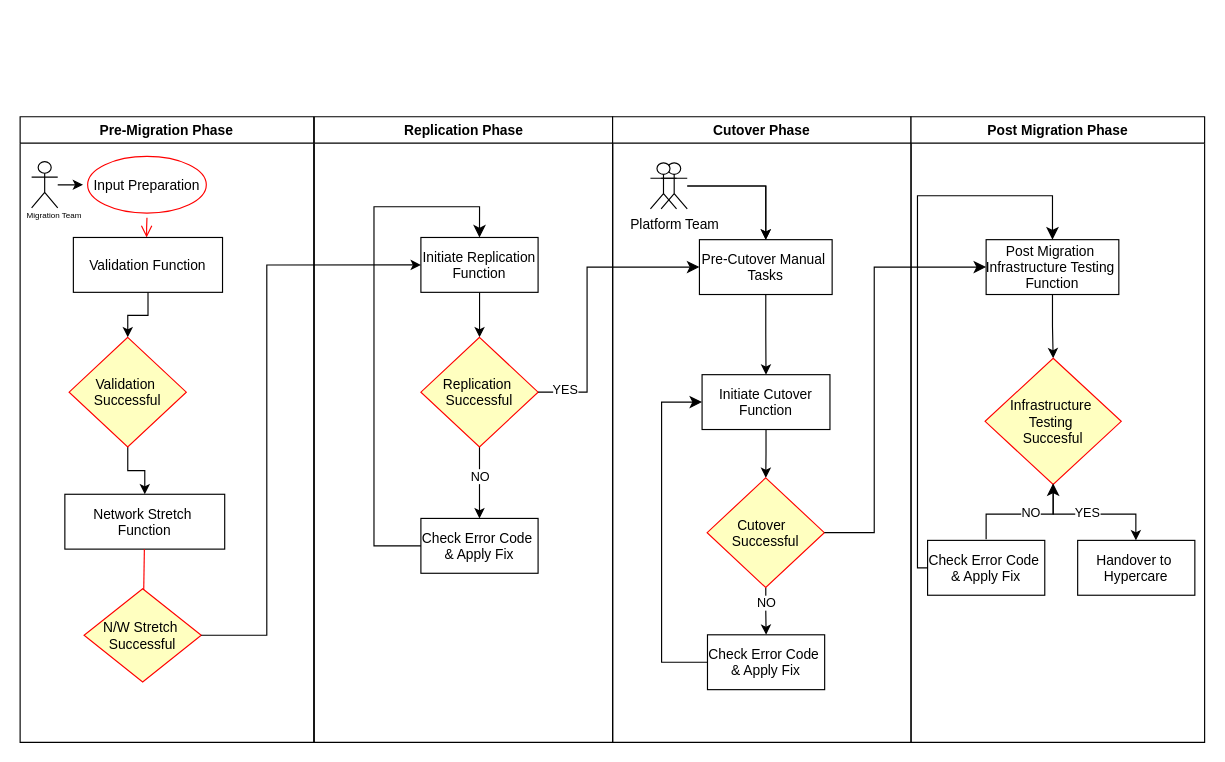
Before: page "Page-1" (1 of 3) of Untitled Diagram.drawio in ShoMat9/DrawIO, a draw.io diagram. Source tidied: cells renumbered, new cells numbered last; positions are measured from the earlier drawing's top-left corner, leaving out a move shared by most shapes. Both pictures are drawn from the tidied source at 115%, with x=0, y=0 at pixel (20, 20).
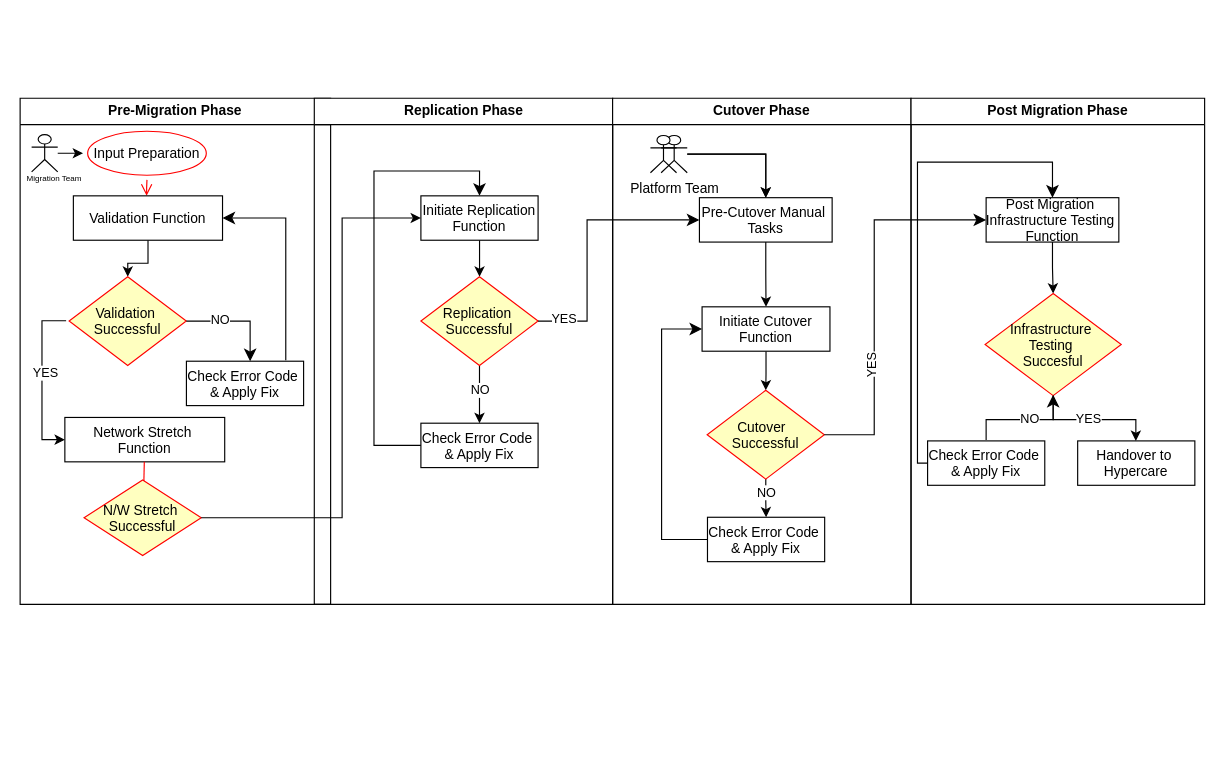
The same page after the edit.

What changed in the source:
```diff
@@
-    <mxCell id="2" style="group;" parent="1" vertex="1">
-      <mxGeometry width="1030" height="628" as="geometry" />
+    <mxCell id="2" style="group;imageAspect=1;imageHeight=0;imageAlign=left;imageVerticalAlign=top;strokeWidth=0;fixDash=0;" parent="1" vertex="1">
+      <mxGeometry width="1030" height="508" as="geometry" />
     </mxCell>
     <mxCell id="3" value="Pre-Migration Phase" style="swimlane;whiteSpace=wrap;fillColor=#FFFFFF;" parent="2" vertex="1">
-      <mxGeometry y="84" width="255.3" height="544" as="geometry" />
+      <mxGeometry y="67.9" width="270" height="440.1" as="geometry" />
     </mxCell>
     <mxCell id="4" value="Input Preparation" style="ellipse;shape=startState;fillColor=#FFFFFF;strokeColor=#ff0000;" parent="3" vertex="1">
-      <mxGeometry x="54.7" y="30.5" width="111.2" height="57.3" as="geometry" />
+      <mxGeometry x="54.7" y="24.7" width="111.2" height="46.3" as="geometry" />
     </mxCell>
     <mxCell id="5" style="edgeStyle=elbowEdgeStyle;elbow=horizontal;verticalAlign=bottom;endArrow=open;endSize=8;strokeColor=#FF0000;endFill=1;rounded=0;" parent="3" edge="1" source="4" target="7">
-      <mxGeometry x="92.7" y="38.2" as="geometry" />
+      <mxGeometry x="92.7" y="30.9" as="geometry" />
     </mxCell>
@@
     <mxCell id="7" value="Validation Function" parent="3" vertex="1">
-      <mxGeometry x="46.3" y="105" width="129.7" height="47.7" as="geometry" />
+      <mxGeometry x="46.3" y="84.9" width="129.7" height="38.6" as="geometry" />
     </mxCell>
     <mxCell id="8" value="Network Stretch &#10;Function" parent="3" vertex="1">
-      <mxGeometry x="38.9" y="328.3" width="139" height="47.7" as="geometry" />
+      <mxGeometry x="38.9" y="277.6" width="139" height="38.6" as="geometry" />
     </mxCell>
     <mxCell id="9" style="endArrow=open;strokeColor=#FF0000;endFill=1;rounded=0;" parent="3" edge="1" source="8">
       <mxGeometry relative="1" as="geometry">
-        <mxPoint x="106.6" y="469.6" as="targetPoint" />
+        <mxPoint x="106.6" y="379.8" as="targetPoint" />
       </mxGeometry>
     </mxCell>
-    <mxCell id="10" style="edgeStyle=orthogonalEdgeStyle;rounded=0;jettySize=auto;html=1;" parent="3" edge="1" source="11" target="8">
-      <mxGeometry relative="1" as="geometry" />
+    <mxCell id="10" style="edgeStyle=orthogonalEdgeStyle;rounded=0;jettySize=auto;html=1;entryX=0;entryY=0.5;entryDx=0;entryDy=0;" parent="3" edge="1" target="8">
+      <mxGeometry relative="1" as="geometry">
+        <mxPoint x="40" y="193.5" as="sourcePoint" />
+        <Array as="points">
+          <mxPoint x="19" y="193.7" />
+          <mxPoint x="19" y="296.6" />
+        </Array>
+      </mxGeometry>
     </mxCell>
+    <mxCell id="53" value="YES" style="edgeLabel;html=1;align=center;verticalAlign=middle;" parent="10" vertex="1">
+      <mxGeometry x="-0.08" y="2" relative="1" as="geometry" />
+    </mxCell>
     <mxCell id="11" value="Validation &#10;Successful" style="rhombus;fillColor=#ffffc0;strokeColor=#ff0000;" parent="3" vertex="1">
-      <mxGeometry x="42.6" y="191.8" width="101.9" height="95.4" as="geometry" />
+      <mxGeometry x="42.6" y="155.2" width="101.9" height="77.2" as="geometry" />
     </mxCell>
     <mxCell id="12" value="N/W Stretch &#10;Successful" style="rhombus;fillColor=#ffffc0;strokeColor=#ff0000;" parent="3" vertex="1">
-      <mxGeometry x="55.6" y="410.4" width="101.9" height="81.1" as="geometry" />
+      <mxGeometry x="55.6" y="332" width="101.9" height="65.6" as="geometry" />
     </mxCell>
@@
     <mxCell id="14" style="shape=umlActor;verticalLabelPosition=bottom;verticalAlign=top;html=1;outlineConnect=0;" parent="3" vertex="1">
-      <mxGeometry x="10" y="39.1" width="22.7" height="40.1" as="geometry" />
+      <mxGeometry x="10" y="31.7" width="22.7" height="32.4" as="geometry" />
     </mxCell>
     <mxCell id="15" value="&lt;font style=&quot;font-size: 7px;&quot;&gt;Migration Team&lt;/font&gt;" style="text;html=1;align=center;verticalAlign=middle;whiteSpace=wrap;rounded=0;" parent="3" vertex="1">
-      <mxGeometry y="79.2" width="60" height="10.8" as="geometry" />
+      <mxGeometry y="64.1" width="60" height="8.7" as="geometry" />
     </mxCell>
+    <mxCell id="54" value="Check Error Code &#10;&amp; Apply Fix" parent="3" vertex="1">
+      <mxGeometry x="144.6" y="228.7" width="101.9" height="38.6" as="geometry" />
+    </mxCell>
+    <mxCell id="55" style="edgeStyle=elbowEdgeStyle;elbow=horizontal;endArrow=classic;html=1;curved=0;rounded=0;endSize=8;startSize=8;exitX=1;exitY=0.5;exitDx=0;exitDy=0;" parent="3" edge="1" source="11">
+      <mxGeometry relative="1" as="geometry">
+        <mxPoint x="200" y="228.7" as="targetPoint" />
+        <Array as="points">
+          <mxPoint x="200" y="210.4" />
+        </Array>
+      </mxGeometry>
+    </mxCell>
+    <mxCell id="56" value="NO" style="edgeLabel;html=1;align=center;verticalAlign=middle;" parent="55" vertex="1">
+      <mxGeometry x="-0.35" y="1" relative="1" as="geometry" />
+    </mxCell>
+    <mxCell id="57" style="edgeStyle=elbowEdgeStyle;elbow=horizontal;endArrow=classic;html=1;curved=0;rounded=0;endSize=8;startSize=8;entryX=1;entryY=0.5;entryDx=0;entryDy=0;exitX=0.848;exitY=-0.024;exitDx=0;exitDy=0;exitPerimeter=0;" parent="3" edge="1" source="54" target="7">
+      <mxGeometry relative="1" as="geometry">
+        <Array as="points">
+          <mxPoint x="231" y="173.4" />
+        </Array>
+      </mxGeometry>
+    </mxCell>
     <mxCell id="16" value="Replication Phase" style="swimlane;whiteSpace=wrap;" parent="2" vertex="1">
-      <mxGeometry x="255.8" y="84" width="259.5" height="544" as="geometry" />
+      <mxGeometry x="255.8" y="67.9" width="259.5" height="440.1" as="geometry" />
     </mxCell>
@@
     <mxCell id="18" value="Initiate Replication&#10;Function" parent="16" vertex="1">
-      <mxGeometry x="92.7" y="105" width="101.9" height="47.7" as="geometry" />
+      <mxGeometry x="92.7" y="84.9" width="101.9" height="38.6" as="geometry" />
     </mxCell>
@@
     <mxCell id="21" value="Replication &#10;Successful" style="rhombus;fillColor=#ffffc0;strokeColor=#ff0000;" parent="16" vertex="1">
-      <mxGeometry x="92.7" y="191.8" width="101.9" height="95.4" as="geometry" />
+      <mxGeometry x="92.7" y="155.2" width="101.9" height="77.2" as="geometry" />
     </mxCell>
     <mxCell id="22" value="Check Error Code &#10;&amp; Apply Fix" parent="16" vertex="1">
-      <mxGeometry x="92.7" y="349.3" width="101.9" height="47.7" as="geometry" />
+      <mxGeometry x="92.7" y="282.6" width="101.9" height="38.6" as="geometry" />
     </mxCell>
     <mxCell id="23" style="edgeStyle=segmentEdgeStyle;endArrow=classic;html=1;curved=0;rounded=0;endSize=8;startSize=8;entryX=0.5;entryY=0;entryDx=0;entryDy=0;exitX=0;exitY=0.5;exitDx=0;exitDy=0;" parent="16" edge="1" source="22" target="18">
       <mxGeometry relative="1" as="geometry">
         <Array as="points">
-          <mxPoint x="92.7" y="374.1" />
-          <mxPoint x="51.9" y="374.1" />
-          <mxPoint x="51.9" y="78.3" />
-          <mxPoint x="143.6" y="78.3" />
+          <mxPoint x="92.7" y="302.6" />
+          <mxPoint x="51.9" y="302.6" />
+          <mxPoint x="51.9" y="63.3" />
+          <mxPoint x="143.6" y="63.3" />
         </Array>
       </mxGeometry>
     </mxCell>
     <mxCell id="24" value="Cutover Phase" style="swimlane;whiteSpace=wrap;" parent="2" vertex="1">
-      <mxGeometry x="515.2" y="84" width="259.5" height="544" as="geometry" />
+      <mxGeometry x="515.2" y="67.9" width="259.5" height="440.1" as="geometry" />
     </mxCell>
@@
     <mxCell id="26" value="Pre-Cutover Manual &#10;Tasks" parent="24" vertex="1">
-      <mxGeometry x="75.5" y="106.9" width="115.4" height="47.7" as="geometry" />
+      <mxGeometry x="75.5" y="86.5" width="115.4" height="38.6" as="geometry" />
     </mxCell>
@@
     <mxCell id="28" value="Initiate Cutover&#10;Function" parent="24" vertex="1">
-      <mxGeometry x="77.8" y="224.3" width="111.2" height="47.7" as="geometry" />
+      <mxGeometry x="77.8" y="181.4" width="111.2" height="38.6" as="geometry" />
     </mxCell>
@@
     <mxCell id="31" value="Cutover  &#10;Successful" style="rhombus;fillColor=#ffffc0;strokeColor=#ff0000;" parent="24" vertex="1">
-      <mxGeometry x="82.2" y="314" width="101.9" height="95.4" as="geometry" />
+      <mxGeometry x="82.2" y="254" width="101.9" height="77.2" as="geometry" />
     </mxCell>
     <mxCell id="32" value="Check Error Code &#10;&amp; Apply Fix" parent="24" vertex="1">
-      <mxGeometry x="82.5" y="450.5" width="101.9" height="47.7" as="geometry" />
+      <mxGeometry x="82.5" y="364.4" width="101.9" height="38.6" as="geometry" />
     </mxCell>
     <mxCell id="33" style="edgeStyle=segmentEdgeStyle;endArrow=classic;html=1;curved=0;rounded=0;endSize=8;startSize=8;exitX=0;exitY=0.5;exitDx=0;exitDy=0;entryX=0;entryY=0.5;entryDx=0;entryDy=0;" parent="24" edge="1" source="32" target="28">
       <mxGeometry relative="1" as="geometry">
         <Array as="points">
-          <mxPoint x="42.6" y="474.3" />
-          <mxPoint x="42.6" y="248.1" />
+          <mxPoint x="42.6" y="383.7" />
+          <mxPoint x="42.6" y="200.7" />
         </Array>
       </mxGeometry>
     </mxCell>
@@
     <mxCell id="36" value="Platform Team" style="shape=umlActor;verticalLabelPosition=bottom;verticalAlign=top;html=1;outlineConnect=0;" parent="24" vertex="1">
-      <mxGeometry x="42.2" y="40.1" width="22.7" height="40.1" as="geometry" />
+      <mxGeometry x="42.2" y="32.4" width="22.7" height="32.4" as="geometry" />
     </mxCell>
     <mxCell id="37" style="shape=umlActor;verticalLabelPosition=bottom;verticalAlign=top;html=1;" parent="24" vertex="1">
-      <mxGeometry x="32.9" y="40.1" width="22.7" height="40.1" as="geometry" />
+      <mxGeometry x="32.9" y="32.4" width="22.7" height="32.4" as="geometry" />
     </mxCell>
     <mxCell id="38" value="Post Migration Phase" style="swimlane;whiteSpace=wrap;" parent="2" vertex="1">
-      <mxGeometry x="774.7" y="84" width="255.3" height="544" as="geometry" />
+      <mxGeometry x="774.7" y="67.9" width="255.3" height="440.1" as="geometry" />
     </mxCell>
@@
     <mxCell id="40" value="Post Migration &#10;Infrastructure Testing &#10;Function" parent="38" vertex="1">
-      <mxGeometry x="65.3" y="106.9" width="115.4" height="47.7" as="geometry" />
+      <mxGeometry x="65.3" y="86.5" width="115.4" height="38.6" as="geometry" />
     </mxCell>
     <mxCell id="41" style="edgeStyle=orthogonalEdgeStyle;rounded=0;jettySize=auto;html=1;" parent="38" edge="1" source="43" target="44">
       <mxGeometry relative="1" as="geometry">
         <Array as="points">
-          <mxPoint x="123.2" y="345.5" />
-          <mxPoint x="195.5" y="345.5" />
+          <mxPoint x="123.2" y="279.5" />
+          <mxPoint x="195.5" y="279.5" />
         </Array>
       </mxGeometry>
     </mxCell>
@@
     <mxCell id="43" value="Infrastructure &#10;Testing &#10;Succesful" style="rhombus;fillColor=#ffffc0;strokeColor=#ff0000;" parent="38" vertex="1">
-      <mxGeometry x="64.4" y="210" width="118.4" height="109.8" as="geometry" />
+      <mxGeometry x="64.4" y="169.8" width="118.4" height="88.8" as="geometry" />
     </mxCell>
     <mxCell id="44" value="Handover to &#10;Hypercare" parent="38" vertex="1">
-      <mxGeometry x="144.9" y="368.4" width="101.9" height="47.7" as="geometry" />
+      <mxGeometry x="144.9" y="298" width="101.9" height="38.6" as="geometry" />
     </mxCell>
     <mxCell id="45" value="Check Error Code &#10;&amp; Apply Fix" parent="38" vertex="1">
-      <mxGeometry x="14.4" y="368.4" width="101.9" height="47.7" as="geometry" />
+      <mxGeometry x="14.4" y="298" width="101.9" height="38.6" as="geometry" />
     </mxCell>
     <mxCell id="46" style="edgeStyle=segmentEdgeStyle;endArrow=classic;html=1;curved=0;rounded=0;endSize=8;startSize=8;exitX=0.5;exitY=1;exitDx=0;exitDy=0;entryX=0.5;entryY=0;entryDx=0;entryDy=0;" parent="38" edge="1">
       <mxGeometry relative="1" as="geometry">
-        <mxPoint x="65.3" y="367.4" as="sourcePoint" />
-        <mxPoint x="123.6" y="318.8" as="targetPoint" />
+        <mxPoint x="65.3" y="297.2" as="sourcePoint" />
+        <mxPoint x="123.6" y="257.9" as="targetPoint" />
         <Array as="points">
-          <mxPoint x="65.8" y="345.5" />
-          <mxPoint x="123.2" y="345.5" />
+          <mxPoint x="65.8" y="279.5" />
+          <mxPoint x="123.2" y="279.5" />
         </Array>
       </mxGeometry>
     </mxCell>
@@
     <mxCell id="48" style="edgeStyle=segmentEdgeStyle;endArrow=classic;html=1;curved=0;rounded=0;endSize=8;startSize=8;entryX=0.5;entryY=0;entryDx=0;entryDy=0;exitX=0;exitY=0.5;exitDx=0;exitDy=0;" parent="38" edge="1" source="45" target="40">
       <mxGeometry relative="1" as="geometry">
         <Array as="points">
-          <mxPoint x="5.6" y="392.3" />
-          <mxPoint x="5.6" y="68.7" />
-          <mxPoint x="123.2" y="68.7" />
+          <mxPoint x="5.6" y="317.3" />
+          <mxPoint x="5.6" y="55.6" />
+          <mxPoint x="123.2" y="55.6" />
         </Array>
       </mxGeometry>
     </mxCell>
     <mxCell id="49" style="edgeStyle=orthogonalEdgeStyle;rounded=0;jettySize=auto;html=1;entryX=0;entryY=0.5;entryDx=0;entryDy=0;" parent="2" edge="1" source="12" target="18">
       <mxGeometry relative="1" as="geometry">
         <Array as="points">
-          <mxPoint x="214.5" y="535.4" />
-          <mxPoint x="214.5" y="212.8" />
+          <mxPoint x="280" y="432.9" />
+          <mxPoint x="280" y="172.4" />
         </Array>
       </mxGeometry>
     </mxCell>
     <mxCell id="50" style="edgeStyle=segmentEdgeStyle;endArrow=classic;html=1;curved=0;rounded=0;endSize=8;startSize=8;entryX=0;entryY=0.5;entryDx=0;entryDy=0;exitX=1;exitY=0.5;exitDx=0;exitDy=0;" parent="2" edge="1" source="31" target="40">
       <mxGeometry relative="1" as="geometry">
         <Array as="points">
-          <mxPoint x="742.7" y="445.7" />
-          <mxPoint x="742.7" y="214.7" />
+          <mxPoint x="742.7" y="360.5" />
+          <mxPoint x="742.7" y="173.7" />
         </Array>
       </mxGeometry>
     </mxCell>
+    <mxCell id="58" value="YES" style="edgeLabel;html=1;align=center;verticalAlign=middle;rotation=-90;" parent="50" vertex="1">
+      <mxGeometry x="-0.37" y="2" relative="1" as="geometry" />
+    </mxCell>
     <mxCell id="51" style="edgeStyle=elbowEdgeStyle;elbow=horizontal;endArrow=classic;html=1;curved=0;rounded=0;endSize=8;startSize=8;entryX=0;entryY=0.5;entryDx=0;entryDy=0;exitX=1;exitY=0.5;exitDx=0;exitDy=0;" parent="2" edge="1" source="21" target="26">
       <mxGeometry relative="1" as="geometry">
         <Array as="points">
-          <mxPoint x="493" y="276.8" />
+          <mxPoint x="493" y="223.9" />
         </Array>
       </mxGeometry>
     </mxCell>
```
